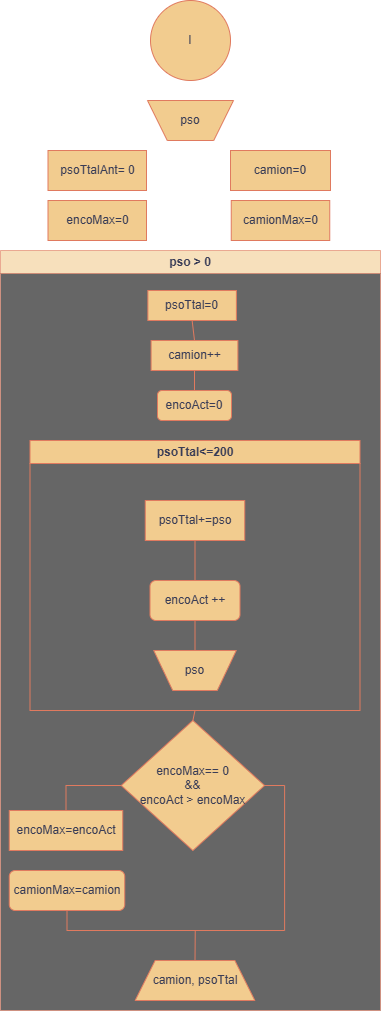
Before: e7U4.drawio.png, a diagram exported from draw.io (Ignaciokt/ejercios-prog-2026). Source tidied: cells renumbered, new cells last; positions are measured from the earlier drawing's top-left corner, leaving out a move shared by most shapes.
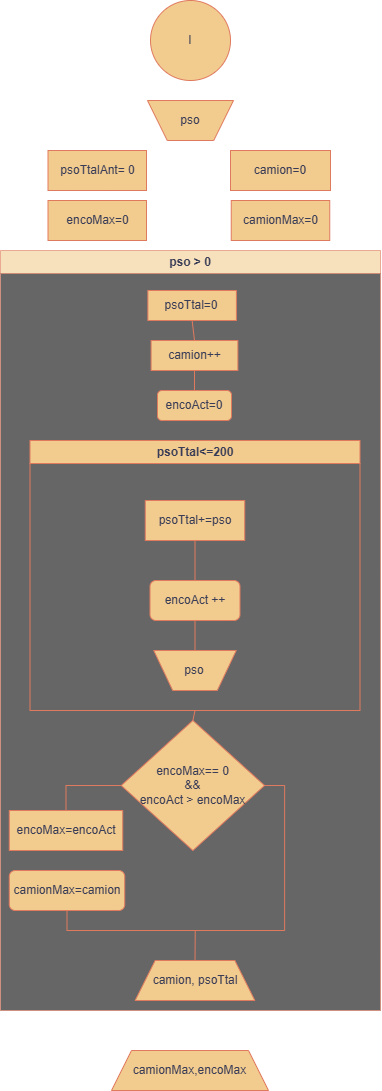
Later version of the same file.

The edit, as a diff of the source:
```diff
@@ -82,5 +82,8 @@
     <mxCell id="27" value="camionMax=0" style="rounded=0;whiteSpace=wrap;html=1;strokeColor=#E07A5F;fontColor=#393C56;fillColor=#F2CC8F;" parent="1" vertex="1">
       <mxGeometry x="230.8" y="200" width="98.5" height="40" as="geometry" />
     </mxCell>
+    <mxCell id="28" value="camionMax,encoMax" style="shape=trapezoid;perimeter=trapezoidPerimeter;whiteSpace=wrap;html=1;fixedSize=1;strokeColor=#E07A5F;fontColor=#393C56;fillColor=#F2CC8F;" parent="1" vertex="1">
+      <mxGeometry x="111" y="1050" width="157" height="40" as="geometry" />
+    </mxCell>
   </root>
 </mxGraphModel>
```
